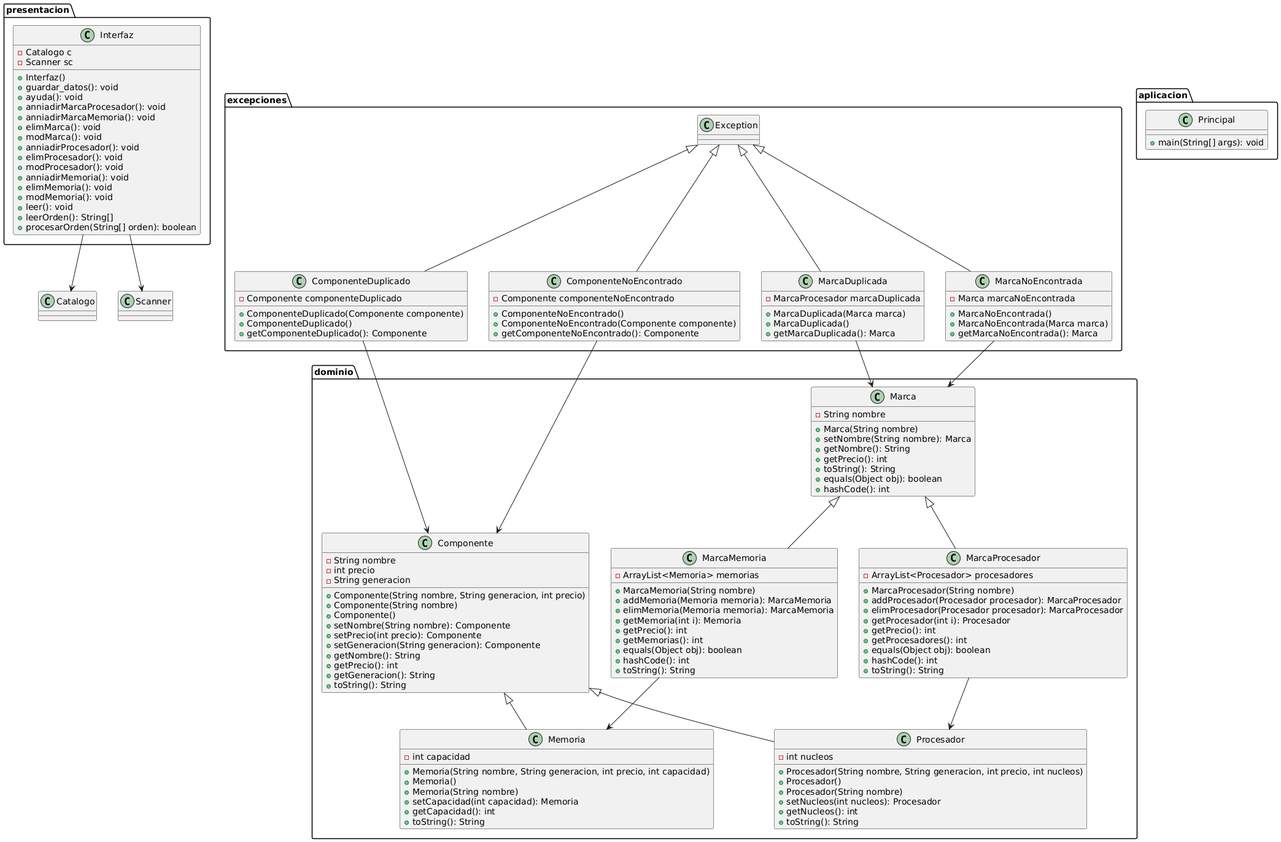
PMolinaGarcia/proyecto_programacion keeps this PlantUML diagram as Diagrama_UML.png. Above is the earlier version.
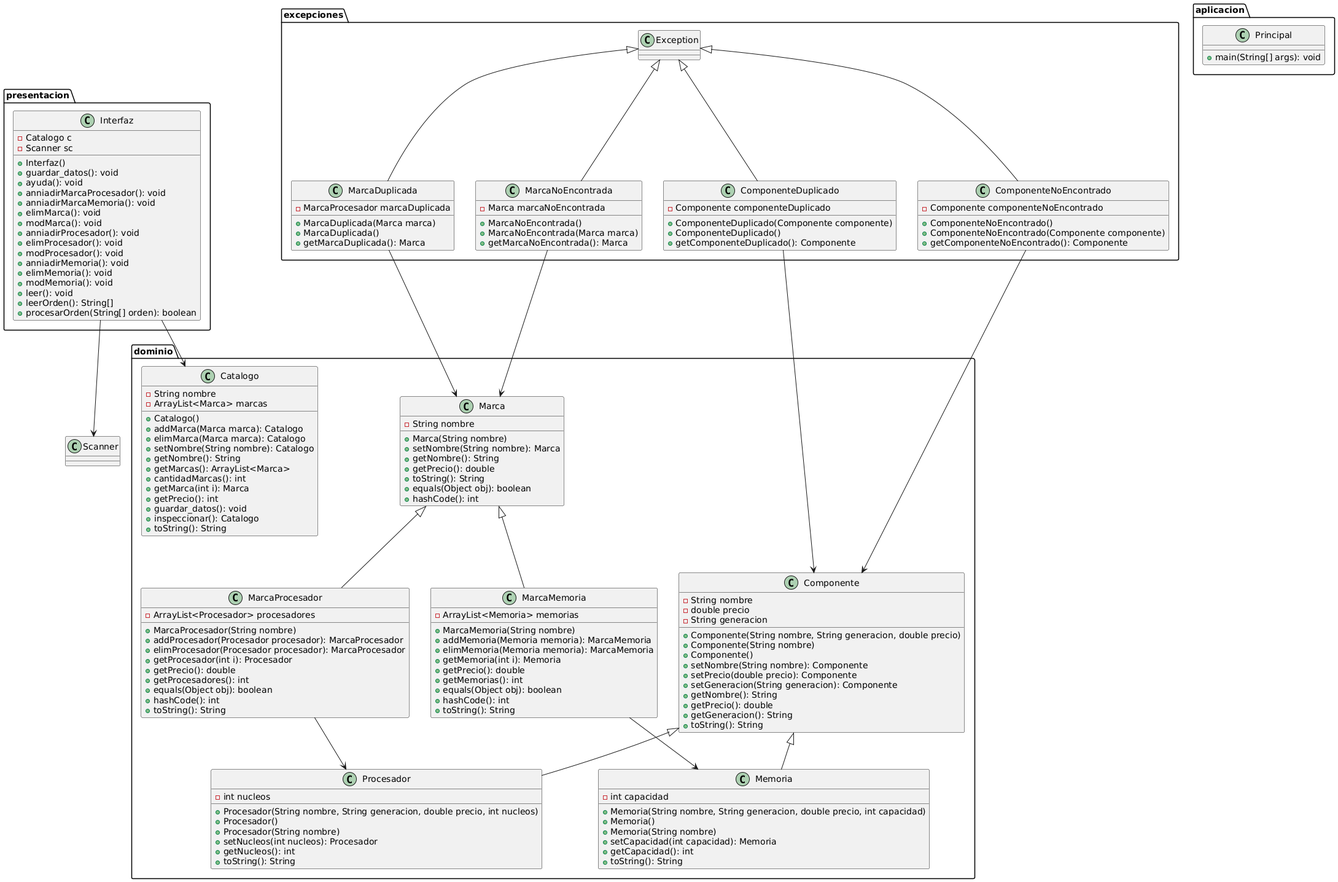
Above is the later version.

Diff of the diagram source:
```diff
@@ -2,37 +2,37 @@
 package dominio {
     class Componente {
         - String nombre
-        - int precio
+        - double precio
         - String generacion
-        + Componente(String nombre, String generacion, int precio)
+        + Componente(String nombre, String generacion, double precio)
         + Componente(String nombre)
         + Componente()
         + setNombre(String nombre): Componente
-        + setPrecio(int precio): Componente
+        + setPrecio(double precio): Componente
         + setGeneracion(String generacion): Componente
         + getNombre(): String
-        + getPrecio(): int
+        + getPrecio(): double
         + getGeneracion(): String
+        + toString(): String
+    }
+
+    class Procesador extends Componente {
+        - int nucleos
+        + Procesador(String nombre, String generacion, double precio, int nucleos)
+        + Procesador()
+        + Procesador(String nombre)
+        + setNucleos(int nucleos): Procesador
+        + getNucleos(): int
         + toString(): String
     }
 
     class Memoria extends Componente {
         - int capacidad
-        + Memoria(String nombre, String generacion, int precio, int capacidad)
+        + Memoria(String nombre, String generacion, double precio, int capacidad)
         + Memoria()
         + Memoria(String nombre)
         + setCapacidad(int capacidad): Memoria
         + getCapacidad(): int
-        + toString(): String
-    }
-
-    class Procesador extends Componente {
-        - int nucleos
-        + Procesador(String nombre, String generacion, int precio, int nucleos)
-        + Procesador()
-        + Procesador(String nombre)
-        + setNucleos(int nucleos): Procesador
-        + getNucleos(): int
         + toString(): String
     }
 
@@ -41,7 +41,7 @@
         + Marca(String nombre)
         + setNombre(String nombre): Marca
         + getNombre(): String
-        + getPrecio(): int
+        + getPrecio(): double
         + toString(): String
         + equals(Object obj): boolean
         + hashCode(): int
@@ -53,7 +53,7 @@
         + addProcesador(Procesador procesador): MarcaProcesador
         + elimProcesador(Procesador procesador): MarcaProcesador
         + getProcesador(int i): Procesador
-        + getPrecio(): int
+        + getPrecio(): double
         + getProcesadores(): int
         + equals(Object obj): boolean
         + hashCode(): int
@@ -66,10 +66,27 @@
         + addMemoria(Memoria memoria): MarcaMemoria
         + elimMemoria(Memoria memoria): MarcaMemoria
         + getMemoria(int i): Memoria
-        + getPrecio(): int
+        + getPrecio(): double
         + getMemorias(): int
         + equals(Object obj): boolean
         + hashCode(): int
+        + toString(): String
+    }
+
+    class Catalogo {
+        - String nombre
+        - ArrayList<Marca> marcas
+        + Catalogo()
+        + addMarca(Marca marca): Catalogo
+        + elimMarca(Marca marca): Catalogo
+        + setNombre(String nombre): Catalogo
+        + getNombre(): String
+        + getMarcas(): ArrayList<Marca>
+        + cantidadMarcas(): int
+        + getMarca(int i): Marca
+        + getPrecio(): int
+        + guardar_datos(): void
+        + inspeccionar(): Catalogo
         + toString(): String
     }
 }
```
